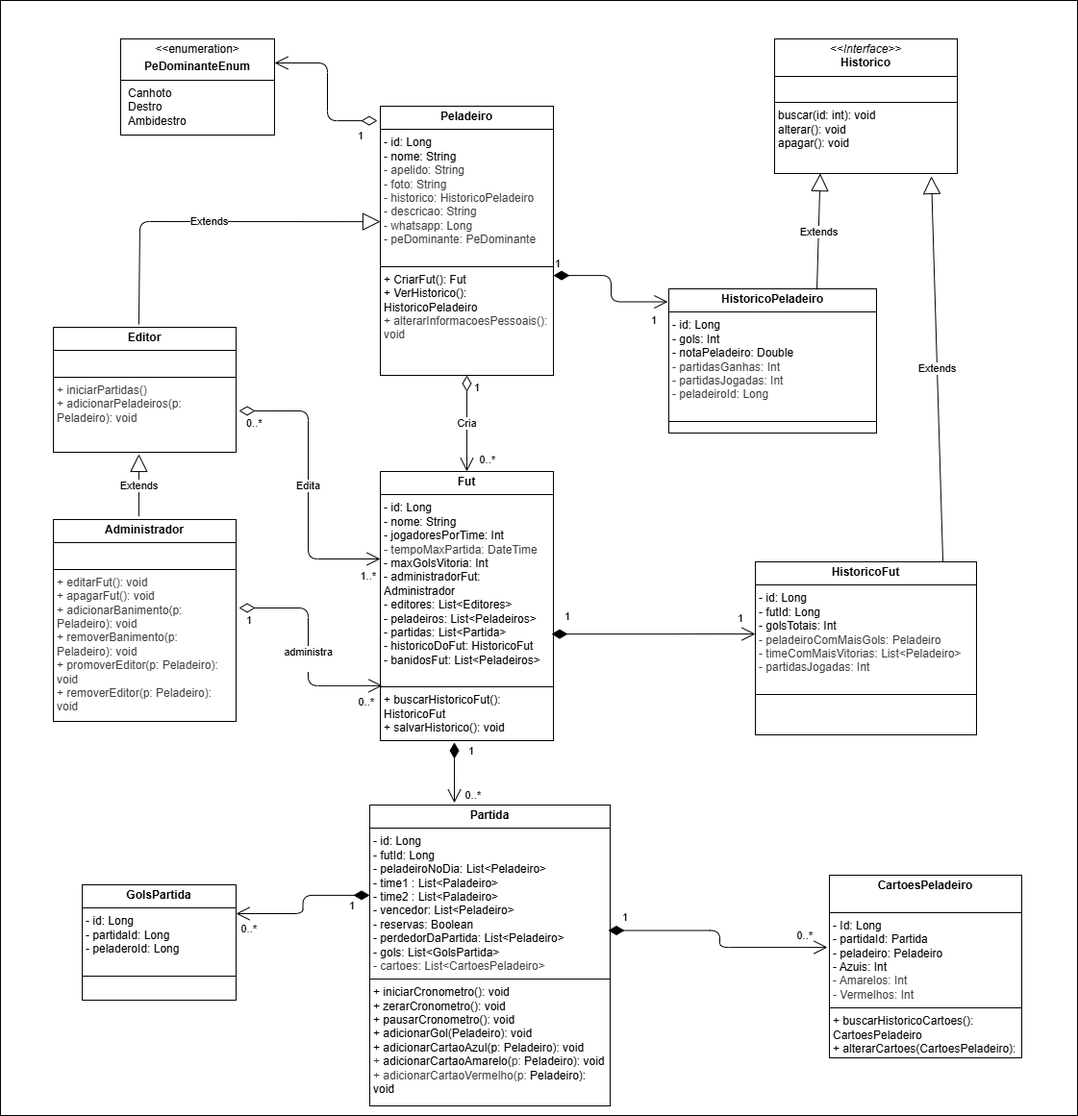
MarcioCosta013/VemProFutFullStack keeps this draw.io diagram as Diagramas/DiagramaClasses/DiagramaClasses.png. Above is the earlier version. Source tidied: cells renumbered, new cells last; positions are measured from the earlier drawing's top-left corner, leaving out a move shared by most shapes.
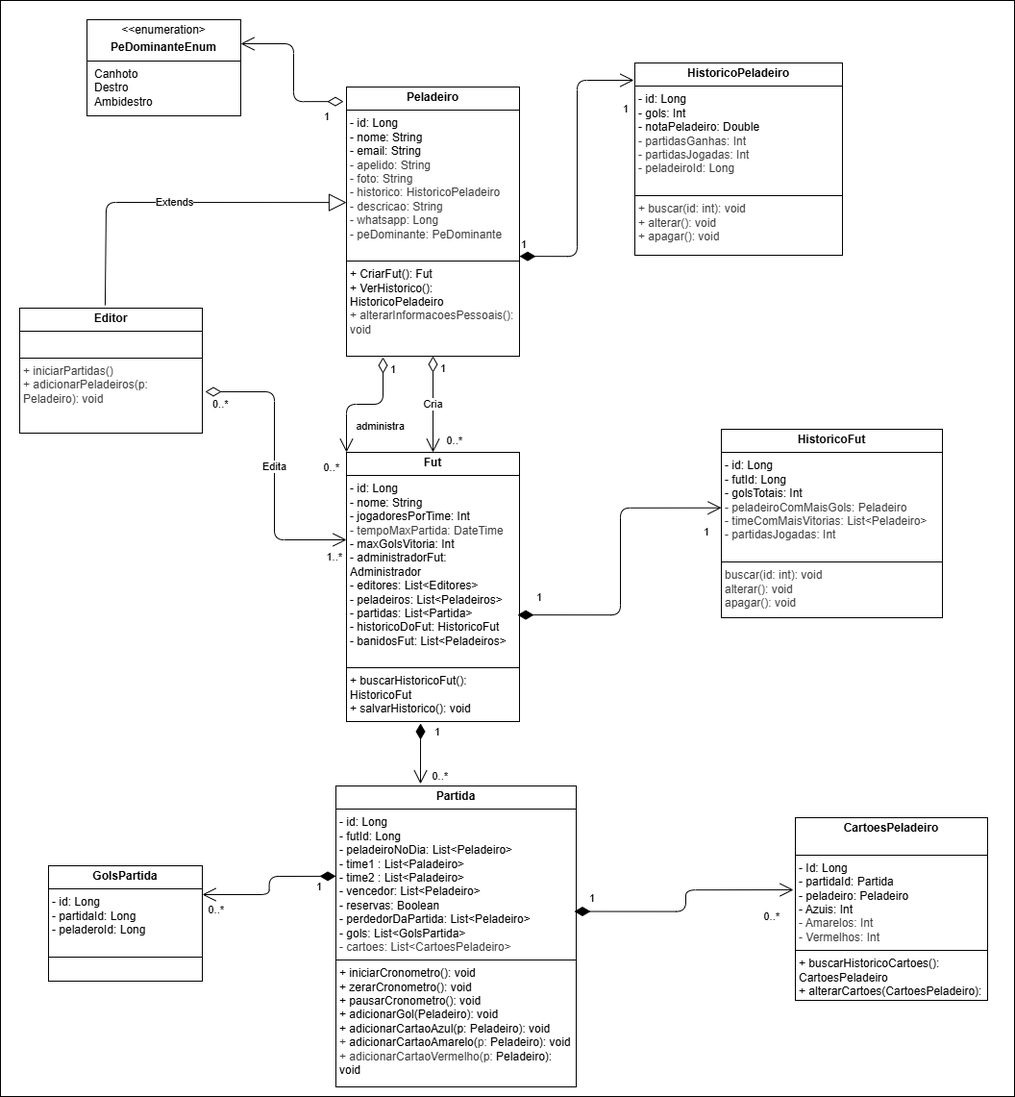
Above is the later version.

Commit message:
refactor: alterando os diagramas e a classe peladeiro para add atributo email

Diff of the diagram source:
```diff
@@ -5,5 +5,5 @@
     <mxCell id="2" style="rounded=0;whiteSpace=wrap;html=1;" parent="1" vertex="1">
-      <mxGeometry width="1120" height="1160" as="geometry" />
+      <mxGeometry x="35" y="20" width="1055" height="1140" as="geometry" />
     </mxCell>
-    <mxCell id="3" value="&lt;p style=&quot;margin:0px;margin-top:4px;text-align:center;&quot;&gt;&lt;b&gt;Peladeiro&lt;/b&gt;&lt;/p&gt;&lt;hr size=&quot;1&quot; style=&quot;border-style:solid;&quot;&gt;&lt;p style=&quot;margin:0px;margin-left:4px;&quot;&gt;- id: Long&lt;/p&gt;&lt;p style=&quot;margin:0px;margin-left:4px;&quot;&gt;- nome: String&lt;/p&gt;&lt;p style=&quot;margin:0px;margin-left:4px;&quot;&gt;&lt;span style=&quot;color: rgb(63, 63, 63);&quot;&gt;- apelido: String&lt;/span&gt;&lt;/p&gt;&lt;p style=&quot;margin:0px;margin-left:4px;&quot;&gt;&lt;span style=&quot;color: rgb(63, 63, 63);&quot;&gt;- foto: String&lt;/span&gt;&lt;/p&gt;&lt;p style=&quot;margin:0px;margin-left:4px;&quot;&gt;&lt;span style=&quot;color: rgb(63, 63, 63);&quot;&gt;- historico: Historico&lt;/span&gt;&lt;span style=&quot;color: rgb(63, 63, 63);&quot;&gt;&lt;/span&gt;&lt;span style=&quot;color: rgb(63, 63, 63); background-color: transparent;&quot;&gt;Peladeiro&lt;/span&gt;&lt;/p&gt;&lt;p style=&quot;margin:0px;margin-left:4px;&quot;&gt;&lt;span style=&quot;color: rgb(63, 63, 63);&quot;&gt;- descricao: String&lt;/span&gt;&lt;/p&gt;&lt;p style=&quot;margin:0px;margin-left:4px;&quot;&gt;&lt;span style=&quot;color: rgb(63, 63, 63);&quot;&gt;- whatsapp: Long&lt;/span&gt;&lt;/p&gt;&lt;p style=&quot;margin:0px;margin-left:4px;&quot;&gt;&lt;span style=&quot;color: rgb(63, 63, 63);&quot;&gt;- peDominante: PeDominante&lt;/span&gt;&lt;/p&gt;&lt;p style=&quot;margin:0px;margin-left:4px;&quot;&gt;&lt;br&gt;&lt;/p&gt;&lt;hr size=&quot;1&quot; style=&quot;border-style:solid;&quot;&gt;&lt;p style=&quot;margin:0px;margin-left:4px;&quot;&gt;+ CriarFut(): Fut&lt;/p&gt;&lt;p style=&quot;margin:0px;margin-left:4px;&quot;&gt;+ VerHistorico(): HistoricoPeladeiro&lt;/p&gt;&lt;p style=&quot;margin:0px;margin-left:4px;&quot;&gt;&lt;span style=&quot;color: rgb(63, 63, 63); background-color: transparent;&quot;&gt;+ alterarInformacoesPessoais(): void&lt;/span&gt;&lt;/p&gt;" style="verticalAlign=top;align=left;overflow=fill;html=1;whiteSpace=wrap;" parent="1" vertex="1">
+    <mxCell id="3" value="&lt;p style=&quot;margin:0px;margin-top:4px;text-align:center;&quot;&gt;&lt;b&gt;Peladeiro&lt;/b&gt;&lt;/p&gt;&lt;hr size=&quot;1&quot; style=&quot;border-style:solid;&quot;&gt;&lt;p style=&quot;margin:0px;margin-left:4px;&quot;&gt;- id: Long&lt;/p&gt;&lt;p style=&quot;margin:0px;margin-left:4px;&quot;&gt;- nome: String&lt;/p&gt;&lt;p style=&quot;margin:0px;margin-left:4px;&quot;&gt;- email: String&lt;/p&gt;&lt;p style=&quot;margin:0px;margin-left:4px;&quot;&gt;&lt;span style=&quot;color: rgb(63, 63, 63);&quot;&gt;- apelido: String&lt;/span&gt;&lt;/p&gt;&lt;p style=&quot;margin:0px;margin-left:4px;&quot;&gt;&lt;span style=&quot;color: rgb(63, 63, 63);&quot;&gt;- foto: String&lt;/span&gt;&lt;/p&gt;&lt;p style=&quot;margin:0px;margin-left:4px;&quot;&gt;&lt;span style=&quot;color: rgb(63, 63, 63);&quot;&gt;- historico: Historico&lt;/span&gt;&lt;span style=&quot;color: rgb(63, 63, 63);&quot;&gt;&lt;/span&gt;&lt;span style=&quot;color: rgb(63, 63, 63); background-color: transparent;&quot;&gt;Peladeiro&lt;/span&gt;&lt;/p&gt;&lt;p style=&quot;margin:0px;margin-left:4px;&quot;&gt;&lt;span style=&quot;color: rgb(63, 63, 63);&quot;&gt;- descricao: String&lt;/span&gt;&lt;/p&gt;&lt;p style=&quot;margin:0px;margin-left:4px;&quot;&gt;&lt;span style=&quot;color: rgb(63, 63, 63);&quot;&gt;- whatsapp: Long&lt;/span&gt;&lt;/p&gt;&lt;p style=&quot;margin:0px;margin-left:4px;&quot;&gt;&lt;span style=&quot;color: rgb(63, 63, 63);&quot;&gt;- peDominante: PeDominante&lt;/span&gt;&lt;/p&gt;&lt;p style=&quot;margin:0px;margin-left:4px;&quot;&gt;&lt;br&gt;&lt;/p&gt;&lt;hr size=&quot;1&quot; style=&quot;border-style:solid;&quot;&gt;&lt;p style=&quot;margin:0px;margin-left:4px;&quot;&gt;+ CriarFut(): Fut&lt;/p&gt;&lt;p style=&quot;margin:0px;margin-left:4px;&quot;&gt;+ VerHistorico(): HistoricoPeladeiro&lt;/p&gt;&lt;p style=&quot;margin:0px;margin-left:4px;&quot;&gt;&lt;span style=&quot;color: rgb(63, 63, 63); background-color: transparent;&quot;&gt;+ alterarInformacoesPessoais(): void&lt;/span&gt;&lt;/p&gt;" style="verticalAlign=top;align=left;overflow=fill;html=1;whiteSpace=wrap;" parent="1" vertex="1">
       <mxGeometry x="395" y="110" width="180" height="280" as="geometry" />
@@ -13,7 +13,7 @@
     </mxCell>
-    <mxCell id="5" value="&lt;p style=&quot;margin:0px;margin-top:4px;text-align:center;&quot;&gt;&lt;b&gt;HistoricoPeladeiro&lt;/b&gt;&lt;/p&gt;&lt;hr size=&quot;1&quot; style=&quot;border-style:solid;&quot;&gt;&lt;p style=&quot;margin:0px;margin-left:4px;&quot;&gt;- id: Long&lt;/p&gt;&lt;p style=&quot;margin:0px;margin-left:4px;&quot;&gt;- gols: Int&lt;/p&gt;&lt;p style=&quot;margin:0px;margin-left:4px;&quot;&gt;&lt;span style=&quot;background-color: transparent;&quot;&gt;- notaPeladeiro: Double&lt;/span&gt;&lt;/p&gt;&lt;p style=&quot;margin:0px;margin-left:4px;&quot;&gt;&lt;span style=&quot;background-color: transparent; color: rgb(63, 63, 63);&quot;&gt;- partidasGanhas: Int&lt;/span&gt;&lt;/p&gt;&lt;p style=&quot;margin:0px;margin-left:4px;&quot;&gt;&lt;span style=&quot;background-color: transparent; color: rgb(63, 63, 63);&quot;&gt;- partidasJogadas: Int&lt;/span&gt;&lt;/p&gt;&lt;p style=&quot;margin:0px;margin-left:4px;&quot;&gt;&lt;span style=&quot;background-color: transparent; color: rgb(63, 63, 63);&quot;&gt;&lt;span style=&quot;color: rgb(63, 63, 63);&quot;&gt;- peladeiroId: Long&lt;/span&gt;&lt;/span&gt;&lt;/p&gt;&lt;p style=&quot;margin:0px;margin-left:4px;&quot;&gt;&lt;span style=&quot;background-color: transparent; color: rgb(63, 63, 63);&quot;&gt;&lt;br&gt;&lt;/span&gt;&lt;/p&gt;&lt;hr size=&quot;1&quot; style=&quot;border-style:solid;&quot;&gt;&lt;p style=&quot;margin:0px;margin-left:4px;&quot;&gt;&lt;br&gt;&lt;/p&gt;" style="verticalAlign=top;align=left;overflow=fill;html=1;whiteSpace=wrap;" parent="1" vertex="1">
-      <mxGeometry x="695" y="300" width="216" height="150" as="geometry" />
+    <mxCell id="5" value="&lt;p style=&quot;margin:0px;margin-top:4px;text-align:center;&quot;&gt;&lt;b&gt;HistoricoPeladeiro&lt;/b&gt;&lt;/p&gt;&lt;hr size=&quot;1&quot; style=&quot;border-style:solid;&quot;&gt;&lt;p style=&quot;margin:0px;margin-left:4px;&quot;&gt;- id: Long&lt;/p&gt;&lt;p style=&quot;margin:0px;margin-left:4px;&quot;&gt;- gols: Int&lt;/p&gt;&lt;p style=&quot;margin:0px;margin-left:4px;&quot;&gt;&lt;span style=&quot;background-color: transparent;&quot;&gt;- notaPeladeiro: Double&lt;/span&gt;&lt;/p&gt;&lt;p style=&quot;margin:0px;margin-left:4px;&quot;&gt;&lt;span style=&quot;background-color: transparent; color: rgb(63, 63, 63);&quot;&gt;- partidasGanhas: Int&lt;/span&gt;&lt;/p&gt;&lt;p style=&quot;margin:0px;margin-left:4px;&quot;&gt;&lt;span style=&quot;background-color: transparent; color: rgb(63, 63, 63);&quot;&gt;- partidasJogadas: Int&lt;/span&gt;&lt;/p&gt;&lt;p style=&quot;margin:0px;margin-left:4px;&quot;&gt;&lt;span style=&quot;background-color: transparent; color: rgb(63, 63, 63);&quot;&gt;&lt;span style=&quot;color: rgb(63, 63, 63);&quot;&gt;- peladeiroId: Long&lt;/span&gt;&lt;/span&gt;&lt;/p&gt;&lt;p style=&quot;margin:0px;margin-left:4px;&quot;&gt;&lt;br&gt;&lt;/p&gt;&lt;hr size=&quot;1&quot; style=&quot;border-style:solid;&quot;&gt;&lt;p style=&quot;scrollbar-color: rgb(226, 226, 226) rgb(251, 251, 251); margin: 0px 0px 0px 4px; color: rgb(63, 63, 63);&quot;&gt;+ buscar(id: int): void&lt;/p&gt;&lt;p style=&quot;scrollbar-color: rgb(226, 226, 226) rgb(251, 251, 251); margin: 0px 0px 0px 4px; color: rgb(63, 63, 63);&quot;&gt;+ alterar(): void&lt;/p&gt;&lt;p style=&quot;scrollbar-color: rgb(226, 226, 226) rgb(251, 251, 251); margin: 0px 0px 0px 4px; color: rgb(63, 63, 63);&quot;&gt;+ apagar(): void&lt;/p&gt;" style="verticalAlign=top;align=left;overflow=fill;html=1;whiteSpace=wrap;" parent="1" vertex="1">
+      <mxGeometry x="695" y="85" width="216" height="200" as="geometry" />
     </mxCell>
     <mxCell id="6" value="&lt;p style=&quot;margin:0px;margin-top:4px;text-align:center;&quot;&gt;&lt;b&gt;CartoesPeladeiro&lt;/b&gt;&lt;/p&gt;&lt;br&gt;&lt;hr size=&quot;1&quot; style=&quot;border-style:solid;&quot;&gt;&lt;p style=&quot;margin:0px;margin-left:4px;&quot;&gt;- Id: Long&lt;/p&gt;&lt;p style=&quot;margin:0px;margin-left:4px;&quot;&gt;- partidaId: Partida&lt;/p&gt;&lt;p style=&quot;margin:0px;margin-left:4px;&quot;&gt;- peladeiro: Peladeiro&lt;/p&gt;&lt;p style=&quot;margin:0px;margin-left:4px;&quot;&gt;- Azuis: Int&lt;/p&gt;&lt;p style=&quot;margin:0px;margin-left:4px;&quot;&gt;&lt;span style=&quot;color: rgb(63, 63, 63);&quot;&gt;- Amarelos: Int&lt;/span&gt;&lt;/p&gt;&lt;p style=&quot;margin:0px;margin-left:4px;&quot;&gt;&lt;span style=&quot;color: rgb(63, 63, 63);&quot;&gt;- Vermelhos: Int&lt;/span&gt;&lt;span style=&quot;color: rgb(63, 63, 63);&quot;&gt;&lt;/span&gt;&lt;/p&gt;&lt;hr size=&quot;1&quot; style=&quot;border-style:solid;&quot;&gt;&lt;p style=&quot;margin:0px;margin-left:4px;&quot;&gt;+ buscarHistoricoCartoes(): CartoesPeladeiro&lt;/p&gt;&lt;p style=&quot;margin:0px;margin-left:4px;&quot;&gt;+ alterarCartoes(CartoesPeladeiro): void&lt;/p&gt;&lt;p style=&quot;margin:0px;margin-left:4px;&quot;&gt;+apagarCartoes(CartoesPeladeiro): void&lt;/p&gt;&lt;p style=&quot;margin:0px;margin-left:4px;&quot;&gt;&lt;br&gt;&lt;/p&gt;" style="verticalAlign=top;align=left;overflow=fill;html=1;whiteSpace=wrap;" parent="1" vertex="1">
-      <mxGeometry x="862" y="910" width="200" height="190" as="geometry" />
+      <mxGeometry x="862" y="870" width="200" height="190" as="geometry" />
     </mxCell>
@@ -22,4 +22,4 @@
     </mxCell>
-    <mxCell id="8" value="&lt;p style=&quot;margin:0px;margin-top:4px;text-align:center;&quot;&gt;&lt;b&gt;HistoricoFut&lt;/b&gt;&lt;/p&gt;&lt;hr size=&quot;1&quot; style=&quot;border-style:solid;&quot;&gt;&lt;p style=&quot;margin:0px;margin-left:4px;&quot;&gt;- id: Long&lt;/p&gt;&lt;p style=&quot;margin:0px;margin-left:4px;&quot;&gt;- futId: Long&lt;/p&gt;&lt;p style=&quot;margin:0px;margin-left:4px;&quot;&gt;- golsTotais: Int&lt;/p&gt;&lt;p style=&quot;margin:0px;margin-left:4px;&quot;&gt;&lt;span style=&quot;background-color: transparent; color: rgb(63, 63, 63);&quot;&gt;- peladeiroComMaisGols: Peladeiro&lt;/span&gt;&lt;/p&gt;&lt;p style=&quot;margin:0px;margin-left:4px;&quot;&gt;&lt;span style=&quot;background-color: transparent; color: rgb(63, 63, 63);&quot;&gt;- timeComMaisVitorias:&amp;nbsp;List&amp;lt;Peladeiro&amp;gt;&lt;/span&gt;&lt;/p&gt;&lt;p style=&quot;margin:0px;margin-left:4px;&quot;&gt;&lt;span style=&quot;background-color: transparent; color: rgb(63, 63, 63);&quot;&gt;- partidasJogadas: Int&lt;/span&gt;&lt;/p&gt;&lt;p style=&quot;margin:0px;margin-left:4px;&quot;&gt;&lt;span style=&quot;background-color: transparent; color: rgb(63, 63, 63);&quot;&gt;&lt;br&gt;&lt;/span&gt;&lt;/p&gt;&lt;hr size=&quot;1&quot; style=&quot;border-style:solid;&quot;&gt;&lt;p style=&quot;margin:0px;margin-left:4px;&quot;&gt;&lt;br&gt;&lt;/p&gt;" style="verticalAlign=top;align=left;overflow=fill;html=1;whiteSpace=wrap;" parent="1" vertex="1">
-      <mxGeometry x="785" y="584" width="230" height="180" as="geometry" />
+    <mxCell id="8" value="&lt;p style=&quot;margin:0px;margin-top:4px;text-align:center;&quot;&gt;&lt;b&gt;HistoricoFut&lt;/b&gt;&lt;/p&gt;&lt;hr size=&quot;1&quot; style=&quot;border-style:solid;&quot;&gt;&lt;p style=&quot;margin:0px;margin-left:4px;&quot;&gt;- id: Long&lt;/p&gt;&lt;p style=&quot;margin:0px;margin-left:4px;&quot;&gt;- futId: Long&lt;/p&gt;&lt;p style=&quot;margin:0px;margin-left:4px;&quot;&gt;- golsTotais: Int&lt;/p&gt;&lt;p style=&quot;margin:0px;margin-left:4px;&quot;&gt;&lt;span style=&quot;background-color: transparent; color: rgb(63, 63, 63);&quot;&gt;- peladeiroComMaisGols: Peladeiro&lt;/span&gt;&lt;/p&gt;&lt;p style=&quot;margin:0px;margin-left:4px;&quot;&gt;&lt;span style=&quot;background-color: transparent; color: rgb(63, 63, 63);&quot;&gt;- timeComMaisVitorias:&amp;nbsp;List&amp;lt;Peladeiro&amp;gt;&lt;/span&gt;&lt;/p&gt;&lt;p style=&quot;margin:0px;margin-left:4px;&quot;&gt;&lt;span style=&quot;background-color: transparent; color: rgb(63, 63, 63);&quot;&gt;- partidasJogadas: Int&lt;/span&gt;&lt;/p&gt;&lt;p style=&quot;margin:0px;margin-left:4px;&quot;&gt;&lt;span style=&quot;background-color: transparent; color: rgb(63, 63, 63);&quot;&gt;&lt;br&gt;&lt;/span&gt;&lt;/p&gt;&lt;hr size=&quot;1&quot; style=&quot;border-style:solid;&quot;&gt;&lt;p style=&quot;color: rgb(63, 63, 63); scrollbar-color: rgb(226, 226, 226) rgb(251, 251, 251); margin: 0px 0px 0px 4px;&quot;&gt;buscar(id: int): void&lt;/p&gt;&lt;p style=&quot;color: rgb(63, 63, 63); scrollbar-color: rgb(226, 226, 226) rgb(251, 251, 251); margin: 0px 0px 0px 4px;&quot;&gt;alterar(): void&lt;/p&gt;&lt;p style=&quot;color: rgb(63, 63, 63); scrollbar-color: rgb(226, 226, 226) rgb(251, 251, 251); margin: 0px 0px 0px 4px;&quot;&gt;apagar(): void&lt;/p&gt;" style="verticalAlign=top;align=left;overflow=fill;html=1;whiteSpace=wrap;" parent="1" vertex="1">
+      <mxGeometry x="785" y="466" width="230" height="196" as="geometry" />
     </mxCell>
@@ -28,5 +28,2 @@
     </mxCell>
-    <mxCell id="10" value="&lt;p style=&quot;margin:0px;margin-top:4px;text-align:center;&quot;&gt;&lt;b&gt;Administrador&lt;/b&gt;&lt;/p&gt;&lt;hr size=&quot;1&quot; style=&quot;border-style:solid;&quot;&gt;&lt;p style=&quot;margin:0px;margin-left:4px;&quot;&gt;&lt;br&gt;&lt;/p&gt;&lt;hr size=&quot;1&quot; style=&quot;border-style:solid;&quot;&gt;&lt;p style=&quot;color: rgb(63, 63, 63); scrollbar-color: rgb(226, 226, 226) rgb(251, 251, 251); margin: 0px 0px 0px 4px;&quot;&gt;+ editarFut(): void&lt;/p&gt;&lt;p style=&quot;color: rgb(63, 63, 63); scrollbar-color: rgb(226, 226, 226) rgb(251, 251, 251); margin: 0px 0px 0px 4px;&quot;&gt;+ apagarFut(): void&lt;/p&gt;&lt;p style=&quot;color: rgb(63, 63, 63); scrollbar-color: rgb(226, 226, 226) rgb(251, 251, 251); margin: 0px 0px 0px 4px;&quot;&gt;+ adicionarBanimento(p: Peladeiro): void&lt;/p&gt;&lt;p style=&quot;color: rgb(63, 63, 63); scrollbar-color: rgb(226, 226, 226) rgb(251, 251, 251); margin: 0px 0px 0px 4px;&quot;&gt;+ removerBanimento(p: Peladeiro): void&lt;/p&gt;&lt;p style=&quot;color: rgb(63, 63, 63); scrollbar-color: rgb(226, 226, 226) rgb(251, 251, 251); margin: 0px 0px 0px 4px;&quot;&gt;+ promoverEditor(p: Peladeiro): void&lt;/p&gt;&lt;p style=&quot;color: rgb(63, 63, 63); scrollbar-color: rgb(226, 226, 226) rgb(251, 251, 251); margin: 0px 0px 0px 4px;&quot;&gt;+ removerEditor(p: Peladeiro): void&lt;/p&gt;" style="verticalAlign=top;align=left;overflow=fill;html=1;whiteSpace=wrap;" parent="1" vertex="1">
-      <mxGeometry x="55" y="540" width="190" height="210" as="geometry" />
-    </mxCell>
     <mxCell id="11" value="&lt;p style=&quot;margin:0px;margin-top:4px;text-align:center;&quot;&gt;&lt;b&gt;Editor&lt;/b&gt;&lt;/p&gt;&lt;hr size=&quot;1&quot; style=&quot;border-style:solid;&quot;&gt;&lt;p style=&quot;margin:0px;margin-left:4px;&quot;&gt;&lt;br&gt;&lt;/p&gt;&lt;hr size=&quot;1&quot; style=&quot;border-style:solid;&quot;&gt;&lt;p style=&quot;color: rgb(63, 63, 63); scrollbar-color: rgb(226, 226, 226) rgb(251, 251, 251); margin: 0px 0px 0px 4px;&quot;&gt;+ iniciarPartidas()&lt;/p&gt;&lt;p style=&quot;color: rgb(63, 63, 63); scrollbar-color: rgb(226, 226, 226) rgb(251, 251, 251); margin: 0px 0px 0px 4px;&quot;&gt;+ adicionarPeladeiros(p: Peladeiro): void&lt;/p&gt;" style="verticalAlign=top;align=left;overflow=fill;html=1;whiteSpace=wrap;" parent="1" vertex="1">
@@ -34,5 +31,2 @@
     </mxCell>
-    <mxCell id="12" value="&lt;p style=&quot;margin:0px;margin-top:4px;text-align:center;&quot;&gt;&lt;i&gt;&amp;lt;&amp;lt;Interface&amp;gt;&amp;gt;&lt;/i&gt;&lt;br&gt;&lt;b&gt;Historico&lt;/b&gt;&lt;/p&gt;&lt;hr size=&quot;1&quot; style=&quot;border-style:solid;&quot;&gt;&lt;p style=&quot;margin:0px;margin-left:4px;&quot;&gt;&lt;br&gt;&lt;/p&gt;&lt;hr size=&quot;1&quot; style=&quot;border-style:solid;&quot;&gt;&lt;p style=&quot;margin:0px;margin-left:4px;&quot;&gt;buscar(id: int): void&lt;/p&gt;&lt;p style=&quot;margin:0px;margin-left:4px;&quot;&gt;alterar(): void&lt;/p&gt;&lt;p style=&quot;margin:0px;margin-left:4px;&quot;&gt;apagar(): void&lt;/p&gt;" style="verticalAlign=top;align=left;overflow=fill;html=1;whiteSpace=wrap;" parent="1" vertex="1">
-      <mxGeometry x="805" y="40" width="190" height="140" as="geometry" />
-    </mxCell>
     <mxCell id="13" value="Extends" style="endArrow=block;endSize=16;endFill=0;html=1;entryX=0;entryY=0.429;entryDx=0;entryDy=0;entryPerimeter=0;exitX=0.468;exitY=-0.023;exitDx=0;exitDy=0;exitPerimeter=0;" parent="1" edge="1" source="11" target="3">
@@ -44,5 +38,2 @@
     </mxCell>
-    <mxCell id="14" value="Extends" style="endArrow=block;endSize=16;endFill=0;html=1;entryX=0.468;entryY=1.015;entryDx=0;entryDy=0;entryPerimeter=0;exitX=0.468;exitY=-0.016;exitDx=0;exitDy=0;exitPerimeter=0;" parent="1" edge="1" source="10" target="11">
-      <mxGeometry relative="1" as="geometry" />
-    </mxCell>
     <mxCell id="15" value="Cria" style="endArrow=open;html=1;endSize=12;startArrow=diamondThin;startSize=14;startFill=0;edgeStyle=orthogonalEdgeStyle;exitX=0.5;exitY=1;exitDx=0;exitDy=0;entryX=0.5;entryY=0;entryDx=0;entryDy=0;" parent="1" edge="1" source="3" target="7">
@@ -60,8 +51,2 @@
     </mxCell>
-    <mxCell id="18" value="Extends" style="endArrow=block;endSize=16;endFill=0;html=1;entryX=0.25;entryY=1;entryDx=0;entryDy=0;exitX=0.713;exitY=0.005;exitDx=0;exitDy=0;exitPerimeter=0;" parent="1" edge="1" source="5" target="12">
-      <mxGeometry relative="1" as="geometry" />
-    </mxCell>
-    <mxCell id="19" value="Extends" style="endArrow=block;endSize=16;endFill=0;html=1;entryX=0.858;entryY=1.021;entryDx=0;entryDy=0;entryPerimeter=0;exitX=0.848;exitY=0;exitDx=0;exitDy=0;exitPerimeter=0;" parent="1" edge="1" source="8" target="12">
-      <mxGeometry relative="1" as="geometry" />
-    </mxCell>
     <mxCell id="20" value="1" style="endArrow=open;html=1;endSize=12;startArrow=diamondThin;startSize=14;startFill=1;edgeStyle=orthogonalEdgeStyle;align=left;verticalAlign=bottom;exitX=1;exitY=0.629;exitDx=0;exitDy=0;exitPerimeter=0;entryX=-0.005;entryY=0.09;entryDx=0;entryDy=0;entryPerimeter=0;" parent="1" edge="1" source="3" target="5">
@@ -70,3 +55,5 @@
     <mxCell id="21" value="1" style="edgeLabel;html=1;align=left;verticalAlign=top;" parent="1" vertex="1">
-      <mxGeometry x="675" y="320" as="geometry" />
+      <mxGeometry x="675" y="320" as="geometry">
+        <mxPoint x="6" y="-200" as="offset" />
+      </mxGeometry>
     </mxCell>
@@ -102,6 +89,8 @@
     <mxCell id="31" value="1" style="edgeLabel;html=1;align=left;verticalAlign=top;" parent="1" vertex="1">
-      <mxGeometry x="765" y="630" as="geometry" />
+      <mxGeometry x="765" y="630" as="geometry">
+        <mxPoint y="-70" as="offset" />
+      </mxGeometry>
     </mxCell>
-    <mxCell id="32" value="administra&lt;div&gt;&lt;br&gt;&lt;/div&gt;" style="endArrow=open;html=1;endSize=12;startArrow=diamondThin;startSize=14;startFill=0;edgeStyle=orthogonalEdgeStyle;exitX=1.016;exitY=0.438;exitDx=0;exitDy=0;entryX=0.011;entryY=0.796;entryDx=0;entryDy=0;exitPerimeter=0;entryPerimeter=0;" parent="1" edge="1" source="10" target="7">
-      <mxGeometry x="0.09" relative="1" as="geometry" />
+    <mxCell id="32" value="administra&lt;div&gt;&lt;br&gt;&lt;/div&gt;" style="endArrow=open;html=1;endSize=12;startArrow=diamondThin;startSize=14;startFill=0;edgeStyle=orthogonalEdgeStyle;exitX=0.211;exitY=1.004;exitDx=0;exitDy=0;exitPerimeter=0;entryX=0;entryY=0;entryDx=0;entryDy=0;" parent="1" edge="1" source="3" target="7">
+      <mxGeometry x="-0.24" y="30" relative="1" as="geometry" />
     </mxCell>
```
